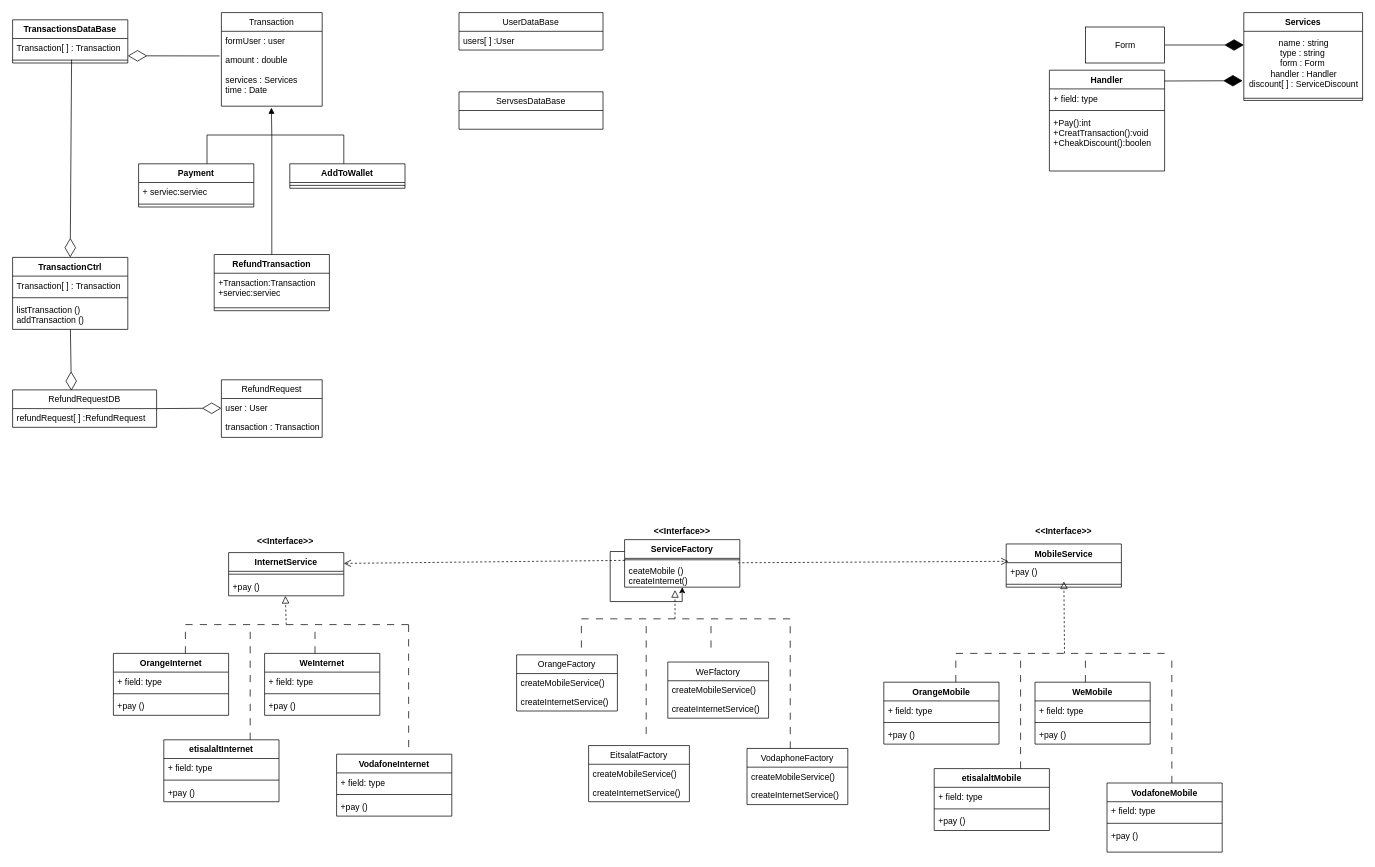
RamezTalaat/SDA-fawry-project keeps this draw.io diagram as Design/class diagram/classdiagram v3.0.drawio. Above is the earlier version. Source tidied: cells renumbered, new cells numbered last; positions are measured from the earlier drawing's top-left corner, leaving out a move shared by most shapes. Both pictures are drawn from the tidied source at 72%, with x=0, y=0 at pixel (12, 12).
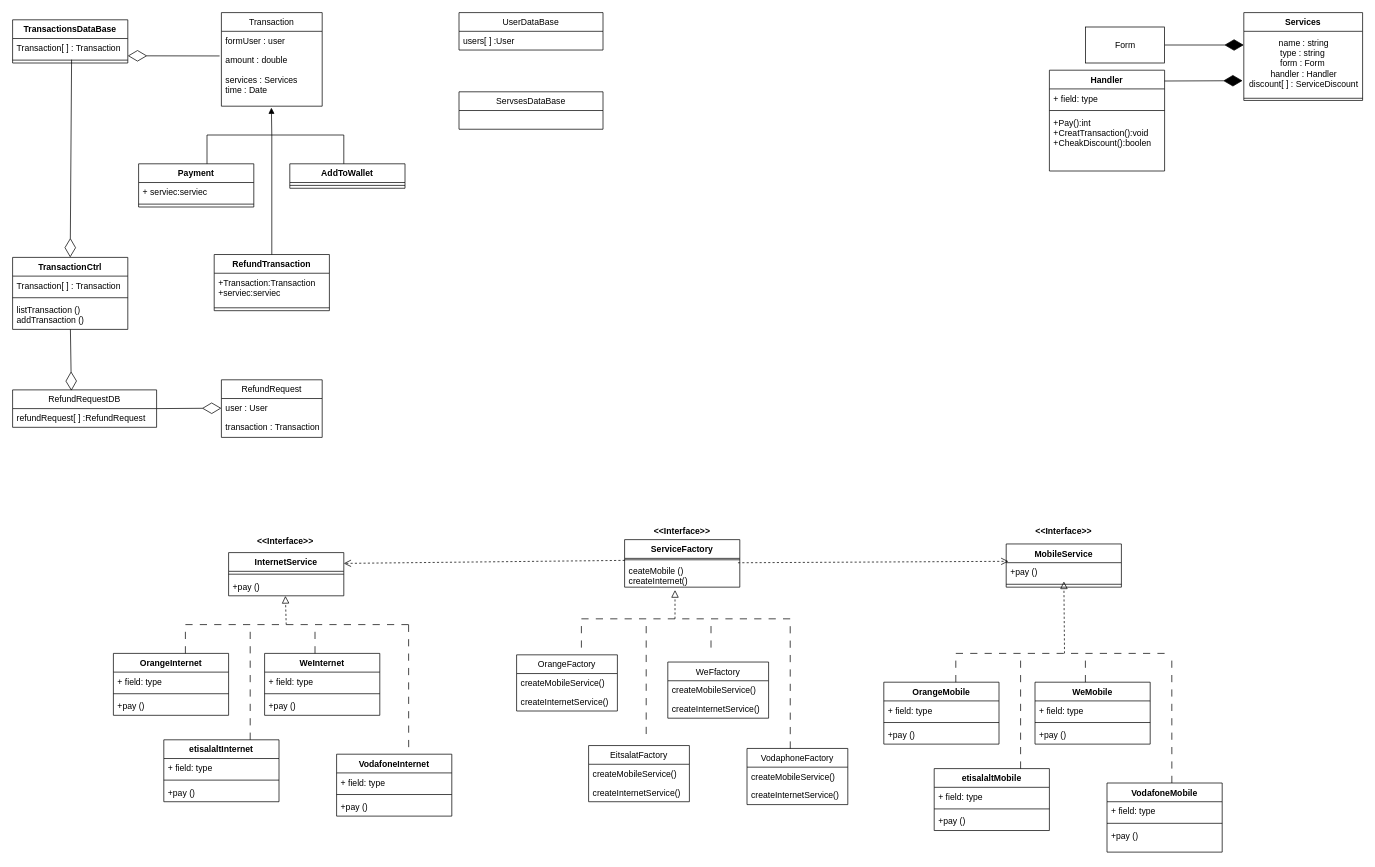
The same diagram, later.

Unchanged cells that the change refers to:
```xml
<mxCell id="54" value="ServiceFactory" style="swimlane;fontStyle=1;align=center;verticalAlign=top;horizontal=1;startSize=26;" parent="1" vertex="1">
  <mxGeometry x="850" y="732" width="160" height="66" as="geometry" />
</mxCell>
```

Change to the diagram source:
```diff
@@
-    <mxCell id="124" style="edgeStyle=orthogonalEdgeStyle;rounded=0;orthogonalLoop=1;jettySize=auto;html=1;exitX=0;exitY=0.25;exitDx=0;exitDy=0;" parent="1" edge="1" source="54" target="54">
-      <mxGeometry relative="1" as="geometry" />
-    </mxCell>
```
